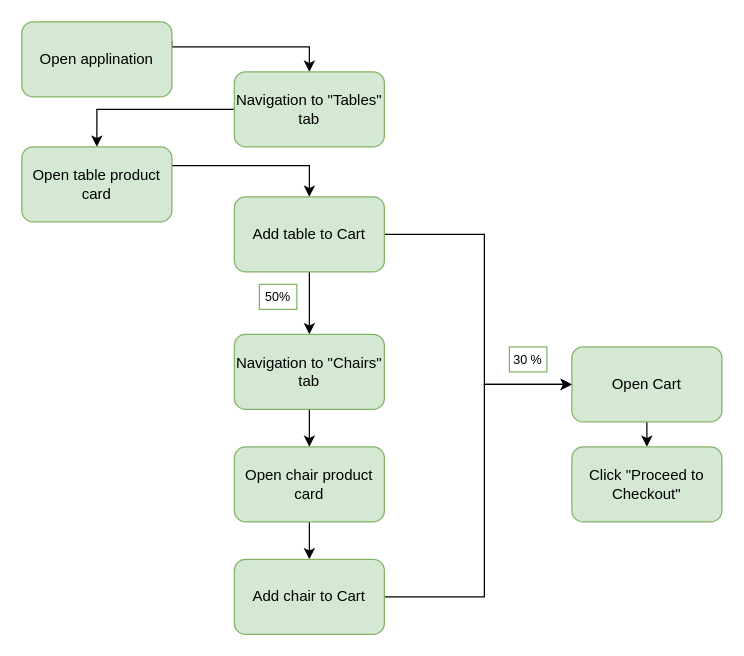
This is Untitled Diagram.drawio from anelegna-1614/Performance-testing-course, a draw.io file, before an edit. Source tidied: cells renumbered, new cells numbered last; positions are measured from the earlier drawing's top-left corner, leaving out a move shared by most shapes. Both pictures are drawn from the tidied source at 125%, with x=0, y=0 at pixel (21, 21).
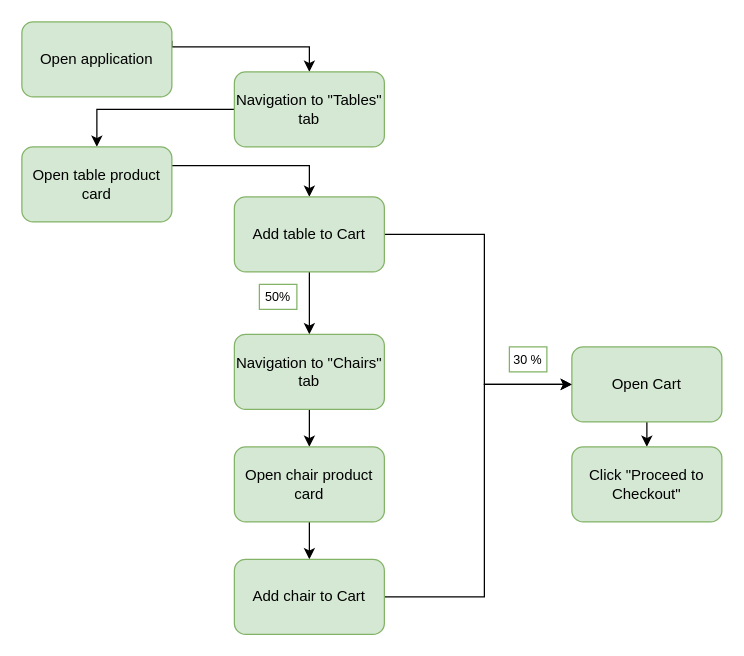
The same diagram, later.

The edit, as a diff of the source:
```diff
@@
-    <mxCell id="3" value="Open applination" style="rounded=1;whiteSpace=wrap;html=1;fillColor=#d5e8d4;strokeColor=#82b366;" parent="1" vertex="1">
+    <mxCell id="3" value="Open application" style="rounded=1;whiteSpace=wrap;html=1;fillColor=#d5e8d4;strokeColor=#82b366;" parent="1" vertex="1">
       <mxGeometry width="120" height="60" as="geometry" />
     </mxCell>
```
